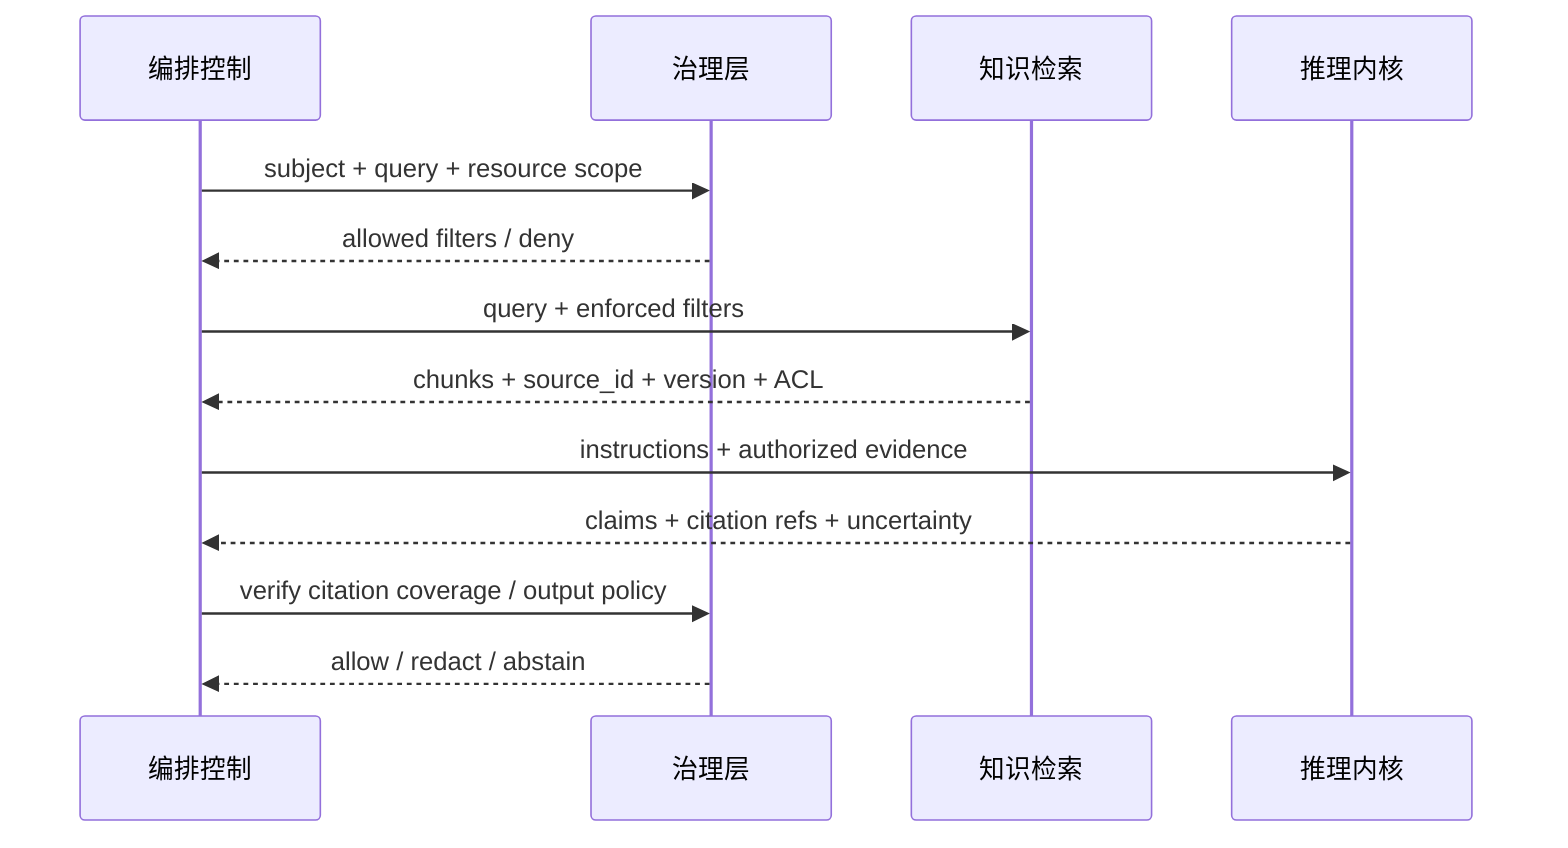
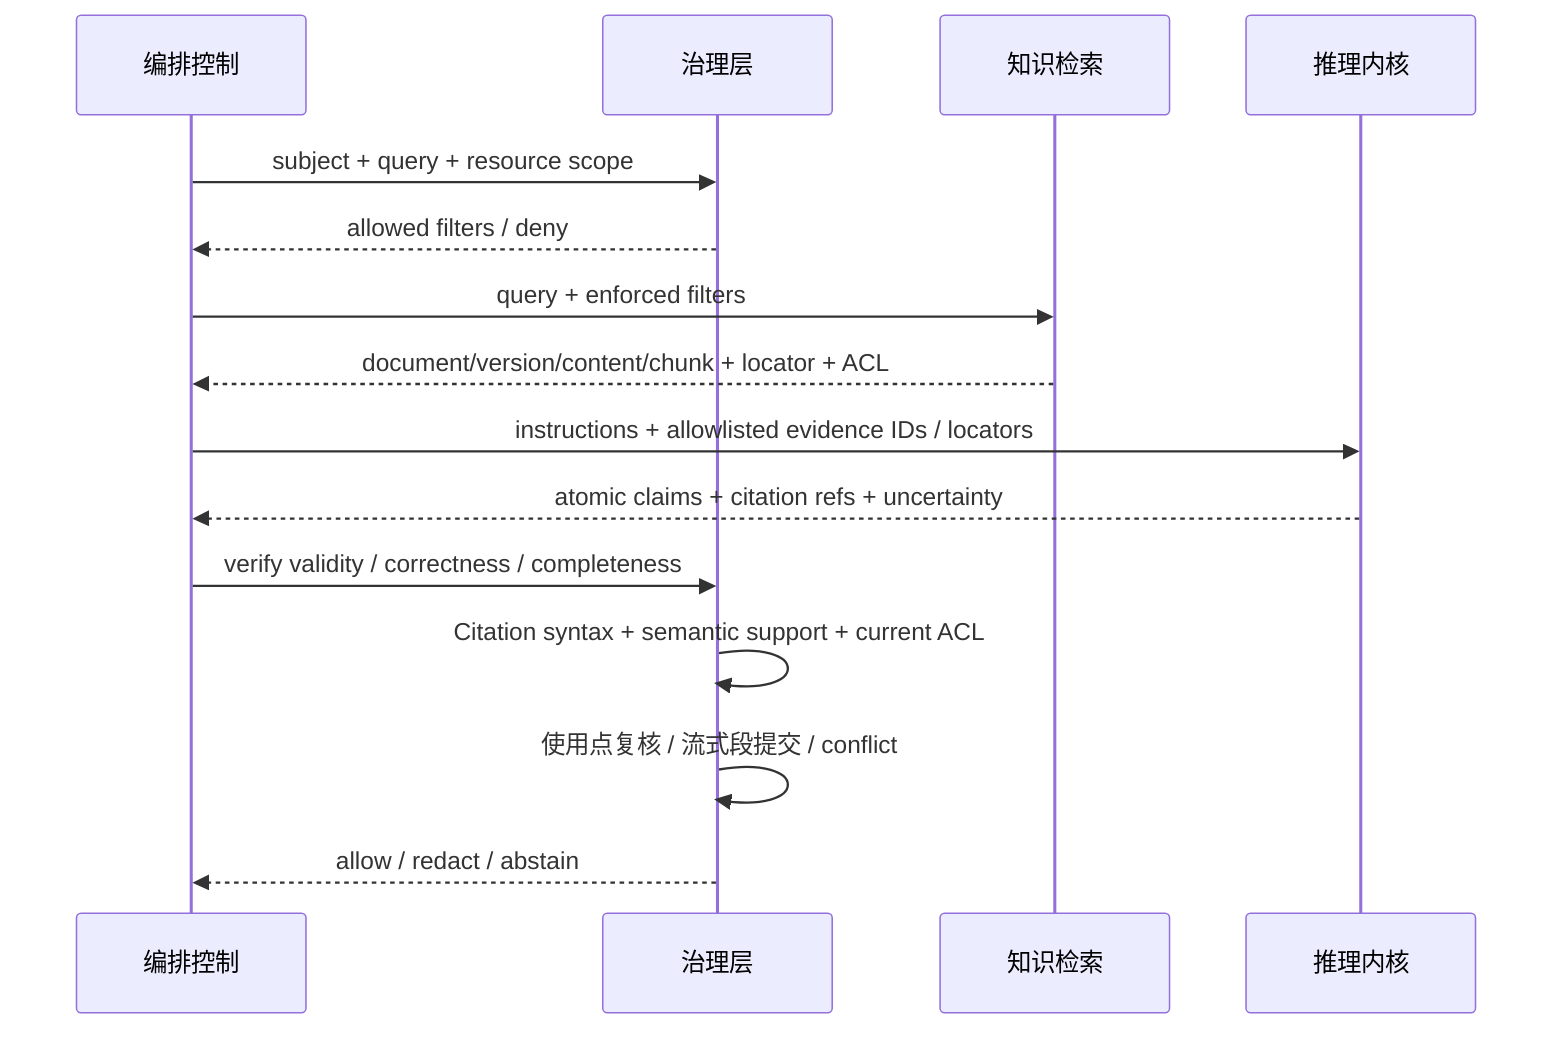
sequenceDiagram
    participant O as 编排控制
    participant G as 治理层
    participant R as 知识检索
    participant P as 推理内核
    O->>G: subject + query + resource scope
    G-->>O: allowed filters / deny
    O->>R: query + enforced filters
-     R-->>O: chunks + source_id + version + ACL
-     O->>P: instructions + authorized evidence
-     P-->>O: claims + citation refs + uncertainty
-     O->>G: verify citation coverage / output policy
+     R-->>O: document/version/content/chunk + locator + ACL
+     O->>P: instructions + allowlisted evidence IDs / locators
+     P-->>O: atomic claims + citation refs + uncertainty
+     O->>G: verify validity / correctness / completeness
+     G->>G: Citation syntax + semantic support + current ACL
+     G->>G: 使用点复核 / 流式段提交 / conflict
    G-->>O: allow / redact / abstain
